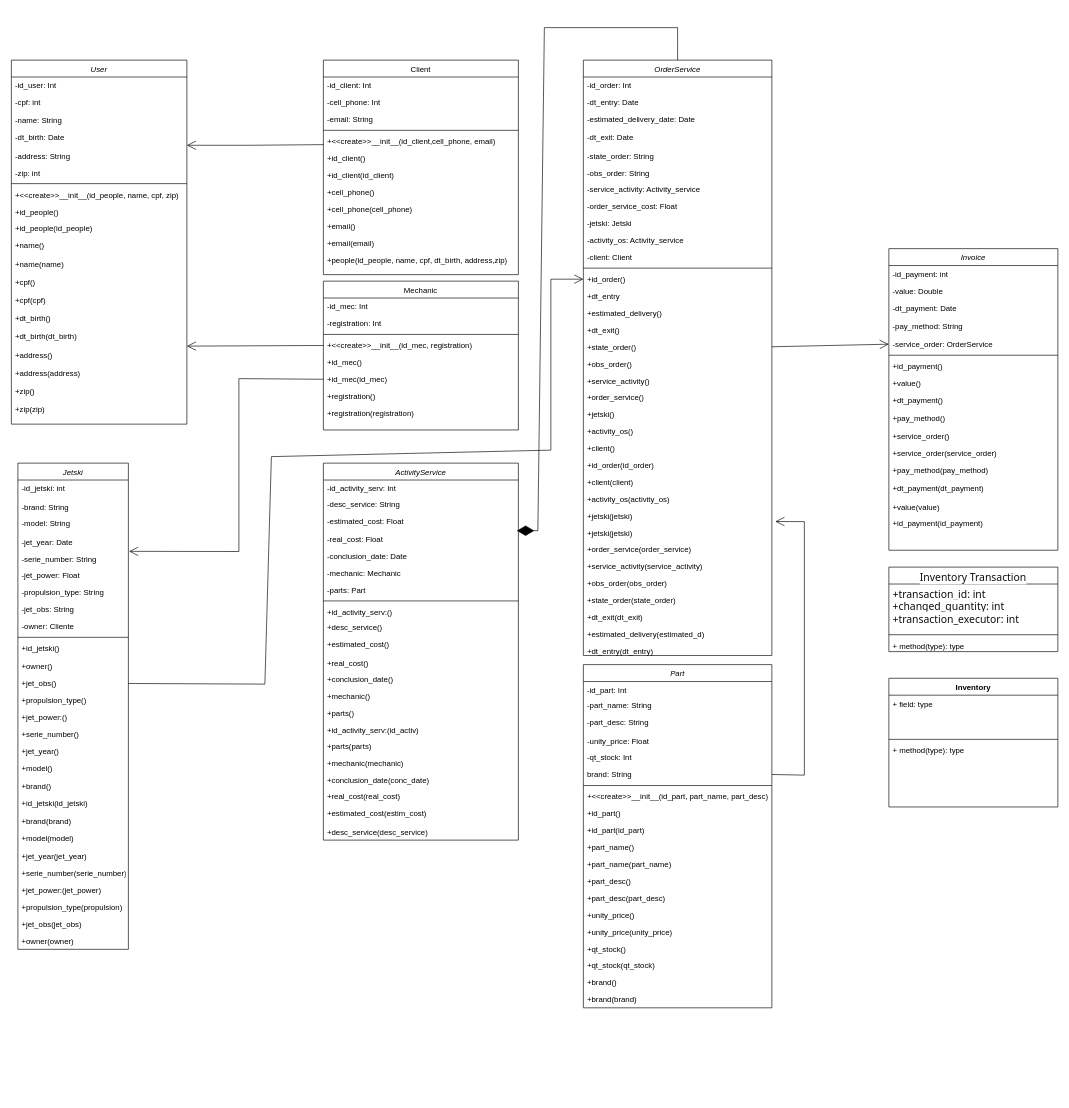
ravisousag/INE5605 keeps this draw.io diagram as workshop_sys_diagram_part1.drawio. Above is the earlier version. Source tidied: cells renumbered, new cells numbered last; positions are measured from the earlier drawing's top-left corner, leaving out a move shared by most shapes. Both pictures are drawn from the tidied source at 65%, with x=0, y=0 at pixel (11, 27).
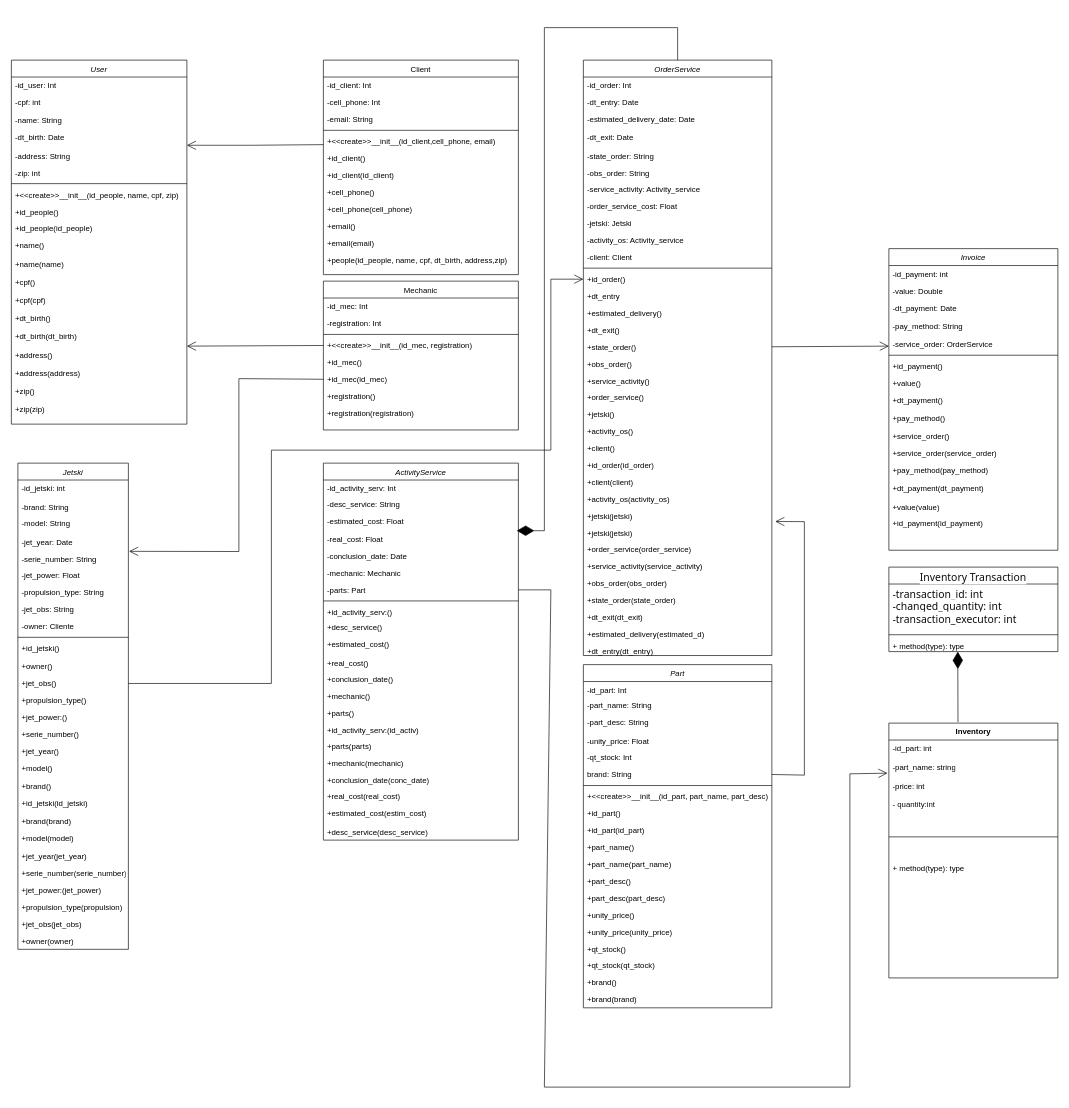
Above is the later version.

The change refers to these unchanged cells:
```xml
<mxCell id="37" value="+jet_obs()" style="text;align=left;verticalAlign=top;spacingLeft=4;spacingRight=4;overflow=hidden;points=[[0,0.5],[1,0.5]];portConstraint=eastwest;rounded=0;shadow=0;html=0;" parent="24" vertex="1">
  <mxGeometry y="326" width="170" height="26" as="geometry" />
</mxCell>
<mxCell id="53" value="OrderService" style="swimlane;fontStyle=2;align=center;verticalAlign=top;horizontal=1;startSize=26;rounded=0;shadow=0;strokeWidth=1;" parent="1" vertex="1">
  <mxGeometry x="880" y="50" width="290" height="916" as="geometry" />
</mxCell>
<mxCell id="66" value="+id_order()" style="text;align=left;verticalAlign=top;spacingLeft=4;spacingRight=4;overflow=hidden;points=[[0,0.5],[1,0.5]];portConstraint=eastwest;rounded=0;shadow=0;html=0;" parent="53" vertex="1">
  <mxGeometry y="324" width="290" height="26" as="geometry" />
</mxCell>
<mxCell id="70" value="+state_order()" style="text;align=left;verticalAlign=top;spacingLeft=4;spacingRight=4;overflow=hidden;points=[[0,0.5],[1,0.5]];portConstraint=eastwest;rounded=0;shadow=0;html=0;" parent="53" vertex="1">
  <mxGeometry y="428" width="290" height="26" as="geometry" />
</mxCell>
<mxCell id="93" value="-real_cost: Float" style="text;align=left;verticalAlign=top;spacingLeft=4;spacingRight=4;overflow=hidden;points=[[0,0.5],[1,0.5]];portConstraint=eastwest;rounded=0;shadow=0;html=0;" parent="89" vertex="1">
  <mxGeometry y="104" width="300" height="26" as="geometry" />
</mxCell>
<mxCell id="96" value="-parts: Part" style="text;align=left;verticalAlign=top;spacingLeft=4;spacingRight=4;overflow=hidden;points=[[0,0.5],[1,0.5]];portConstraint=eastwest;rounded=0;shadow=0;html=0;" parent="89" vertex="1">
  <mxGeometry y="182" width="300" height="26" as="geometry" />
</mxCell>
<mxCell id="159" value="-service_order: OrderService" style="text;align=left;verticalAlign=top;spacingLeft=4;spacingRight=4;overflow=hidden;points=[[0,0.5],[1,0.5]];portConstraint=eastwest;rounded=0;shadow=0;html=0;" parent="154" vertex="1">
  <mxGeometry y="134" width="260" height="26" as="geometry" />
</mxCell>
<mxCell id="178" value="&lt;span style=&quot;color: rgb(13, 13, 13); font-family: Söhne, ui-sans-serif, system-ui, -apple-system, &amp;quot;Segoe UI&amp;quot;, Roboto, Ubuntu, Cantarell, &amp;quot;Noto Sans&amp;quot;, sans-serif, &amp;quot;Helvetica Neue&amp;quot;, Arial, &amp;quot;Apple Color Emoji&amp;quot;, &amp;quot;Segoe UI Emoji&amp;quot;, &amp;quot;Segoe UI Symbol&amp;quot;, &amp;quot;Noto Color Emoji&amp;quot;; font-size: 16px; font-weight: 400; text-align: start; white-space-collapse: preserve; background-color: rgb(255, 255, 255);&quot;&gt;Inventory Transaction&lt;/span&gt;" style="swimlane;fontStyle=1;align=center;verticalAlign=top;horizontal=1;startSize=26;whiteSpace=wrap;html=1;" parent="1" vertex="1">
  <mxGeometry x="1350" y="830" width="260" height="130" as="geometry" />
</mxCell>
```

What changed in the source:
```diff
@@
     <mxCell id="171" style="endArrow=diamondThin;endFill=1;endSize=24;html=1;rounded=0;exitX=0.5;exitY=0;exitDx=0;exitDy=0;entryX=0.992;entryY=-0.002;entryDx=0;entryDy=0;entryPerimeter=0;" parent="1" edge="1" source="53" target="93">
       <mxGeometry relative="1" as="geometry">
         <Array as="points">
           <mxPoint x="1025" y="30" />
           <mxPoint x="1025" />
           <mxPoint x="820" />
-          <mxPoint x="810" y="774" />
+          <mxPoint x="820" y="774" />
         </Array>
       </mxGeometry>
     </mxCell>
@@
     <mxCell id="176" style="endArrow=open;endFill=1;endSize=12;html=1;rounded=0;entryX=0;entryY=0.5;entryDx=0;entryDy=0;exitX=1;exitY=0.5;exitDx=0;exitDy=0;" parent="1" edge="1" source="37" target="66">
       <mxGeometry relative="1" as="geometry">
         <Array as="points">
-          <mxPoint x="390" y="1010" />
-          <mxPoint x="400" y="660" />
+          <mxPoint x="400" y="1009" />
+          <mxPoint x="400" y="650" />
           <mxPoint x="830" y="650" />
           <mxPoint x="830" y="387" />
         </Array>
       </mxGeometry>
     </mxCell>
-    <mxCell id="177" style="endArrow=open;endFill=1;endSize=12;html=1;rounded=0;entryX=0;entryY=0.5;entryDx=0;entryDy=0;exitX=1;exitY=0.5;exitDx=0;exitDy=0;" parent="1" edge="1" source="70" target="159">
-      <mxGeometry relative="1" as="geometry" />
+    <mxCell id="177" style="endArrow=open;endFill=1;endSize=12;html=1;rounded=0;exitX=1;exitY=0.5;exitDx=0;exitDy=0;" parent="1" edge="1" source="70">
+      <mxGeometry relative="1" as="geometry">
+        <mxPoint x="1350" y="490" as="targetPoint" />
+      </mxGeometry>
     </mxCell>
@@
-    <mxCell id="179" value="&lt;span style=&quot;color: rgb(13, 13, 13); font-family: Söhne, ui-sans-serif, system-ui, -apple-system, &amp;quot;Segoe UI&amp;quot;, Roboto, Ubuntu, Cantarell, &amp;quot;Noto Sans&amp;quot;, sans-serif, &amp;quot;Helvetica Neue&amp;quot;, Arial, &amp;quot;Apple Color Emoji&amp;quot;, &amp;quot;Segoe UI Emoji&amp;quot;, &amp;quot;Segoe UI Symbol&amp;quot;, &amp;quot;Noto Color Emoji&amp;quot;; font-size: 16px; white-space-collapse: preserve; background-color: rgb(255, 255, 255);&quot;&gt;+transaction_id: int &lt;/span&gt;&lt;br style=&quot;color: rgb(13, 13, 13); font-family: Söhne, ui-sans-serif, system-ui, -apple-system, &amp;quot;Segoe UI&amp;quot;, Roboto, Ubuntu, Cantarell, &amp;quot;Noto Sans&amp;quot;, sans-serif, &amp;quot;Helvetica Neue&amp;quot;, Arial, &amp;quot;Apple Color Emoji&amp;quot;, &amp;quot;Segoe UI Emoji&amp;quot;, &amp;quot;Segoe UI Symbol&amp;quot;, &amp;quot;Noto Color Emoji&amp;quot;; font-size: 16px; white-space-collapse: preserve;&quot;&gt;&lt;span style=&quot;color: rgb(13, 13, 13); font-family: Söhne, ui-sans-serif, system-ui, -apple-system, &amp;quot;Segoe UI&amp;quot;, Roboto, Ubuntu, Cantarell, &amp;quot;Noto Sans&amp;quot;, sans-serif, &amp;quot;Helvetica Neue&amp;quot;, Arial, &amp;quot;Apple Color Emoji&amp;quot;, &amp;quot;Segoe UI Emoji&amp;quot;, &amp;quot;Segoe UI Symbol&amp;quot;, &amp;quot;Noto Color Emoji&amp;quot;; font-size: 16px; white-space-collapse: preserve; background-color: rgb(255, 255, 255);&quot;&gt;+changed_quantity: int&lt;/span&gt;&lt;br style=&quot;color: rgb(13, 13, 13); font-family: Söhne, ui-sans-serif, system-ui, -apple-system, &amp;quot;Segoe UI&amp;quot;, Roboto, Ubuntu, Cantarell, &amp;quot;Noto Sans&amp;quot;, sans-serif, &amp;quot;Helvetica Neue&amp;quot;, Arial, &amp;quot;Apple Color Emoji&amp;quot;, &amp;quot;Segoe UI Emoji&amp;quot;, &amp;quot;Segoe UI Symbol&amp;quot;, &amp;quot;Noto Color Emoji&amp;quot;; font-size: 16px; white-space-collapse: preserve;&quot;&gt;&lt;span style=&quot;color: rgb(13, 13, 13); font-family: Söhne, ui-sans-serif, system-ui, -apple-system, &amp;quot;Segoe UI&amp;quot;, Roboto, Ubuntu, Cantarell, &amp;quot;Noto Sans&amp;quot;, sans-serif, &amp;quot;Helvetica Neue&amp;quot;, Arial, &amp;quot;Apple Color Emoji&amp;quot;, &amp;quot;Segoe UI Emoji&amp;quot;, &amp;quot;Segoe UI Symbol&amp;quot;, &amp;quot;Noto Color Emoji&amp;quot;; font-size: 16px; white-space-collapse: preserve; background-color: rgb(255, 255, 255);&quot;&gt;+transaction_executor: int&lt;/span&gt;" style="text;strokeColor=none;fillColor=none;align=left;verticalAlign=top;spacingLeft=4;spacingRight=4;overflow=hidden;whiteSpace=wrap;html=1;" parent="178" vertex="1">
+    <mxCell id="179" value="&lt;span style=&quot;color: rgb(13, 13, 13); font-family: Söhne, ui-sans-serif, system-ui, -apple-system, &amp;quot;Segoe UI&amp;quot;, Roboto, Ubuntu, Cantarell, &amp;quot;Noto Sans&amp;quot;, sans-serif, &amp;quot;Helvetica Neue&amp;quot;, Arial, &amp;quot;Apple Color Emoji&amp;quot;, &amp;quot;Segoe UI Emoji&amp;quot;, &amp;quot;Segoe UI Symbol&amp;quot;, &amp;quot;Noto Color Emoji&amp;quot;; font-size: 16px; white-space-collapse: preserve; background-color: rgb(255, 255, 255);&quot;&gt;-transaction_id: int &lt;/span&gt;&lt;br style=&quot;color: rgb(13, 13, 13); font-family: Söhne, ui-sans-serif, system-ui, -apple-system, &amp;quot;Segoe UI&amp;quot;, Roboto, Ubuntu, Cantarell, &amp;quot;Noto Sans&amp;quot;, sans-serif, &amp;quot;Helvetica Neue&amp;quot;, Arial, &amp;quot;Apple Color Emoji&amp;quot;, &amp;quot;Segoe UI Emoji&amp;quot;, &amp;quot;Segoe UI Symbol&amp;quot;, &amp;quot;Noto Color Emoji&amp;quot;; font-size: 16px; white-space-collapse: preserve;&quot;&gt;&lt;span style=&quot;color: rgb(13, 13, 13); font-family: Söhne, ui-sans-serif, system-ui, -apple-system, &amp;quot;Segoe UI&amp;quot;, Roboto, Ubuntu, Cantarell, &amp;quot;Noto Sans&amp;quot;, sans-serif, &amp;quot;Helvetica Neue&amp;quot;, Arial, &amp;quot;Apple Color Emoji&amp;quot;, &amp;quot;Segoe UI Emoji&amp;quot;, &amp;quot;Segoe UI Symbol&amp;quot;, &amp;quot;Noto Color Emoji&amp;quot;; font-size: 16px; white-space-collapse: preserve; background-color: rgb(255, 255, 255);&quot;&gt;-changed_quantity: int&lt;/span&gt;&lt;br style=&quot;color: rgb(13, 13, 13); font-family: Söhne, ui-sans-serif, system-ui, -apple-system, &amp;quot;Segoe UI&amp;quot;, Roboto, Ubuntu, Cantarell, &amp;quot;Noto Sans&amp;quot;, sans-serif, &amp;quot;Helvetica Neue&amp;quot;, Arial, &amp;quot;Apple Color Emoji&amp;quot;, &amp;quot;Segoe UI Emoji&amp;quot;, &amp;quot;Segoe UI Symbol&amp;quot;, &amp;quot;Noto Color Emoji&amp;quot;; font-size: 16px; white-space-collapse: preserve;&quot;&gt;&lt;span style=&quot;color: rgb(13, 13, 13); font-family: Söhne, ui-sans-serif, system-ui, -apple-system, &amp;quot;Segoe UI&amp;quot;, Roboto, Ubuntu, Cantarell, &amp;quot;Noto Sans&amp;quot;, sans-serif, &amp;quot;Helvetica Neue&amp;quot;, Arial, &amp;quot;Apple Color Emoji&amp;quot;, &amp;quot;Segoe UI Emoji&amp;quot;, &amp;quot;Segoe UI Symbol&amp;quot;, &amp;quot;Noto Color Emoji&amp;quot;; font-size: 16px; white-space-collapse: preserve; background-color: rgb(255, 255, 255);&quot;&gt;-transaction_executor: int&lt;/span&gt;" style="text;strokeColor=none;fillColor=none;align=left;verticalAlign=top;spacingLeft=4;spacingRight=4;overflow=hidden;whiteSpace=wrap;html=1;" parent="178" vertex="1">
       <mxGeometry y="26" width="260" height="74" as="geometry" />
     </mxCell>
@@
     <mxCell id="182" value="Inventory" style="swimlane;fontStyle=1;align=center;verticalAlign=top;horizontal=1;startSize=26;whiteSpace=wrap;html=1;" parent="1" vertex="1">
-      <mxGeometry x="1350" y="1001" width="260" height="198" as="geometry" />
+      <mxGeometry x="1350" y="1070" width="260" height="392" as="geometry" />
     </mxCell>
-    <mxCell id="183" value="+ field: type" style="text;strokeColor=none;fillColor=none;align=left;verticalAlign=top;spacingLeft=4;spacingRight=4;overflow=hidden;points=[[0,0.5],[1,0.5]];portConstraint=eastwest;whiteSpace=wrap;html=1;" parent="182" vertex="1">
-      <mxGeometry y="26" width="260" height="64" as="geometry" />
+    <mxCell id="183" value="&lt;div&gt;&lt;span style=&quot;text-wrap: nowrap; background-color: initial;&quot;&gt;-id_part: int&lt;/span&gt;&lt;/div&gt;&lt;div&gt;&lt;span style=&quot;text-wrap: nowrap; background-color: initial;&quot;&gt;&lt;br&gt;&lt;/span&gt;&lt;/div&gt;&lt;div&gt;&lt;span style=&quot;text-wrap: nowrap; background-color: initial;&quot;&gt;-part_name: string&lt;/span&gt;&lt;/div&gt;&lt;div&gt;&lt;span style=&quot;text-wrap: nowrap; background-color: initial;&quot;&gt;&lt;br&gt;&lt;/span&gt;&lt;/div&gt;&lt;div&gt;&lt;span style=&quot;text-wrap: nowrap; background-color: rgb(251, 251, 251);&quot;&gt;-price: int&lt;/span&gt;&lt;/div&gt;&lt;div&gt;&lt;span style=&quot;text-wrap: nowrap; background-color: rgb(251, 251, 251);&quot;&gt;&lt;br&gt;&lt;/span&gt;&lt;/div&gt;&lt;div&gt;&lt;font style=&quot;font-size: 12px;&quot;&gt;&lt;span style=&quot;text-wrap: nowrap; background-color: rgb(251, 251, 251);&quot;&gt;-&amp;nbsp;&lt;/span&gt;&lt;span style=&quot;white-space: pre; background-color: rgb(255, 255, 255);&quot;&gt;&lt;font style=&quot;&quot; color=&quot;#0d0d0d&quot;&gt;quantity:int&lt;/font&gt;&lt;/span&gt;&lt;/font&gt;&lt;/div&gt;" style="text;strokeColor=none;fillColor=none;align=left;verticalAlign=top;spacingLeft=4;spacingRight=4;overflow=hidden;points=[[0,0.5],[1,0.5]];portConstraint=eastwest;whiteSpace=wrap;html=1;" parent="182" vertex="1">
+      <mxGeometry y="26" width="260" height="114" as="geometry" />
     </mxCell>
     <mxCell id="184" style="line;strokeWidth=1;fillColor=none;align=left;verticalAlign=middle;spacingTop=-1;spacingLeft=3;spacingRight=3;labelPosition=right;strokeColor=inherit;" parent="182" vertex="1">
-      <mxGeometry y="90" width="260" height="8" as="geometry" />
+      <mxGeometry y="140" width="260" height="70" as="geometry" />
     </mxCell>
     <mxCell id="185" value="+ method(type): type" style="text;strokeColor=none;fillColor=none;align=left;verticalAlign=top;spacingLeft=4;spacingRight=4;overflow=hidden;whiteSpace=wrap;html=1;" parent="182" vertex="1">
-      <mxGeometry y="98" width="260" height="100" as="geometry" />
+      <mxGeometry y="210" width="260" height="182" as="geometry" />
     </mxCell>
+    <mxCell id="186" style="endArrow=open;endFill=1;endSize=12;html=1;rounded=0;entryX=-0.008;entryY=0.447;entryDx=0;entryDy=0;exitX=1;exitY=0.5;exitDx=0;exitDy=0;entryPerimeter=0;" parent="1" edge="1" source="96" target="183">
+      <mxGeometry relative="1" as="geometry">
+        <Array as="points">
+          <mxPoint x="830" y="865" />
+          <mxPoint x="820" y="1630" />
+          <mxPoint x="1290" y="1630" />
+          <mxPoint x="1290" y="1148" />
+        </Array>
+      </mxGeometry>
+    </mxCell>
+    <mxCell id="187" style="endArrow=diamondThin;endFill=1;endSize=24;html=1;rounded=0;exitX=0.409;exitY=-0.004;exitDx=0;exitDy=0;exitPerimeter=0;" parent="1" edge="1" source="182">
+      <mxGeometry relative="1" as="geometry">
+        <mxPoint x="1456" y="960" as="targetPoint" />
+      </mxGeometry>
+    </mxCell>
```
